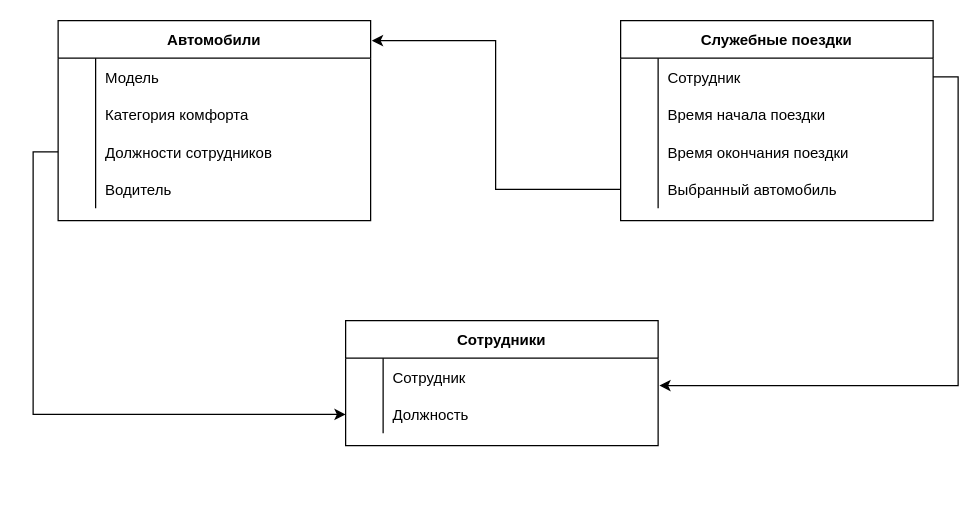
Above: Структура админраздела.drawio in suetnowic/solutions_to_tasks_for_trainees (draw.io), before the change. Source tidied: cells renumbered, new cells numbered last; positions are measured from the earlier drawing's top-left corner, leaving out a move shared by most shapes. Both pictures are drawn from the tidied source at 125%, with x=0, y=0 at pixel (58, 20).
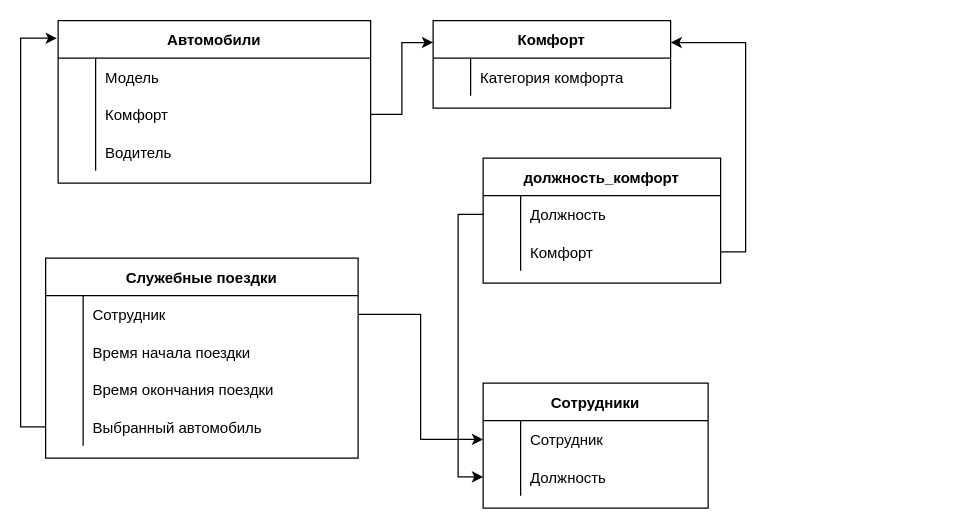
Above is the later version.

Unchanged cells that the change refers to:
```xml
<mxCell id="3" style="shape=partialRectangle;fillColor=none;points=[[0,0.5],[1,0.5]];portConstraint=eastwest;top=0;left=0;right=0;bottom=0;" parent="2" vertex="1">
  <mxGeometry y="30" width="250" height="30" as="geometry" />
</mxCell>
<mxCell id="12" style="shape=partialRectangle;fillColor=none;points=[[0,0.5],[1,0.5]];portConstraint=eastwest;top=0;left=0;right=0;bottom=0;" parent="2" vertex="1">
  <mxGeometry y="120" width="250" height="30" as="geometry" />
</mxCell>
<mxCell id="26" style="shape=partialRectangle;fillColor=none;points=[[0,0.5],[1,0.5]];portConstraint=eastwest;top=0;left=0;right=0;bottom=0;" parent="22" vertex="1">
  <mxGeometry y="60" width="250" height="30" as="geometry" />
</mxCell>
```

What changed in the source:
```diff
@@
     <mxCell id="2" value="Служебные поездки" style="shape=table;startSize=30;childLayout=tableLayout;rowLines=0;fontStyle=1;align=center;" parent="1" vertex="1">
-      <mxGeometry x="450" width="250" height="160" as="geometry" />
+      <mxGeometry x="-10" y="190" width="250" height="160" as="geometry" />
     </mxCell>
@@
     <mxCell id="15" value="Сотрудники" style="shape=table;startSize=30;childLayout=tableLayout;rowLines=0;fontStyle=1;align=center;" parent="1" vertex="1">
-      <mxGeometry x="230" y="240" width="250" height="100" as="geometry" />
+      <mxGeometry x="340" y="290" width="180" height="100" as="geometry" />
     </mxCell>
     <mxCell id="16" style="shape=partialRectangle;fillColor=none;points=[[0,0.5],[1,0.5]];portConstraint=eastwest;top=0;left=0;right=0;bottom=0;" parent="15" vertex="1">
-      <mxGeometry y="30" width="250" height="30" as="geometry" />
+      <mxGeometry y="30" width="180" height="30" as="geometry" />
     </mxCell>
@@
     <mxCell id="18" value="Сотрудник" style="shape=partialRectangle;overflow=hidden;fillColor=none;top=0;left=0;bottom=0;right=0;align=left;spacingLeft=6;" parent="16" vertex="1">
-      <mxGeometry x="30" width="220" height="30" as="geometry" />
+      <mxGeometry x="30" width="150" height="30" as="geometry" />
     </mxCell>
     <mxCell id="19" style="shape=partialRectangle;fillColor=none;points=[[0,0.5],[1,0.5]];portConstraint=eastwest;top=0;left=0;right=0;bottom=0;" parent="15" vertex="1">
-      <mxGeometry y="60" width="250" height="30" as="geometry" />
+      <mxGeometry y="60" width="180" height="30" as="geometry" />
     </mxCell>
@@
     <mxCell id="21" value="Должность" style="shape=partialRectangle;overflow=hidden;fillColor=none;top=0;left=0;bottom=0;right=0;align=left;spacingLeft=6;" parent="19" vertex="1">
-      <mxGeometry x="30" width="220" height="30" as="geometry" />
+      <mxGeometry x="30" width="150" height="30" as="geometry" />
     </mxCell>
     <mxCell id="22" value="Автомобили" style="shape=table;startSize=30;childLayout=tableLayout;rowLines=0;fontStyle=1;align=center;" parent="1" vertex="1">
-      <mxGeometry width="250" height="160" as="geometry" />
+      <mxGeometry width="250" height="130" as="geometry" />
     </mxCell>
@@
-    <mxCell id="28" value="Категория комфорта" style="shape=partialRectangle;overflow=hidden;fillColor=none;top=0;left=0;bottom=0;right=0;align=left;spacingLeft=6;" parent="26" vertex="1">
+    <mxCell id="28" value="Комфорт" style="shape=partialRectangle;overflow=hidden;fillColor=none;top=0;left=0;bottom=0;right=0;align=left;spacingLeft=6;" parent="26" vertex="1">
       <mxGeometry x="30" width="220" height="30" as="geometry" />
     </mxCell>
-    <mxCell id="29" style="shape=partialRectangle;fillColor=none;points=[[0,0.5],[1,0.5]];portConstraint=eastwest;top=0;left=0;right=0;bottom=0;" parent="22" vertex="1">
-      <mxGeometry y="90" width="250" height="30" as="geometry" />
-    </mxCell>
-    <mxCell id="30" style="shape=partialRectangle;overflow=hidden;fillColor=none;top=0;left=0;bottom=0;right=0;" parent="29" vertex="1">
-      <mxGeometry width="30" height="30" as="geometry" />
-    </mxCell>
-    <mxCell id="31" value="Должности сотрудников" style="shape=partialRectangle;overflow=hidden;fillColor=none;top=0;left=0;bottom=0;right=0;align=left;spacingLeft=6;" parent="29" vertex="1">
-      <mxGeometry x="30" width="220" height="30" as="geometry" />
-    </mxCell>
     <mxCell id="32" style="shape=partialRectangle;fillColor=none;top=0;left=0;right=0;bottom=0;" parent="22" vertex="1">
-      <mxGeometry y="120" width="250" height="30" as="geometry" />
+      <mxGeometry y="90" width="250" height="30" as="geometry" />
     </mxCell>
@@
-    <mxCell id="35" style="edgeStyle=orthogonalEdgeStyle;rounded=0;jettySize=auto;html=1;exitX=0;exitY=0.5;exitDx=0;exitDy=0;entryX=0;entryY=0.5;entryDx=0;entryDy=0;" parent="1" edge="1" source="29" target="19">
-      <mxGeometry relative="1" as="geometry" />
-    </mxCell>
+    <mxCell id="38" value="Комфорт" style="shape=table;startSize=30;childLayout=tableLayout;rowLines=0;fontStyle=1;align=center;" parent="1" vertex="1">
+      <mxGeometry x="300" width="190" height="70" as="geometry" />
+    </mxCell>
+    <mxCell id="39" style="shape=partialRectangle;fillColor=none;top=0;left=0;right=0;bottom=0;" parent="38" vertex="1">
+      <mxGeometry y="30" width="190" height="30" as="geometry" />
+    </mxCell>
+    <mxCell id="40" style="shape=partialRectangle;overflow=hidden;fillColor=none;top=0;left=0;bottom=0;right=0;" parent="39" vertex="1">
+      <mxGeometry width="30" height="30" as="geometry" />
+    </mxCell>
+    <mxCell id="41" value="Категория комфорта" style="shape=partialRectangle;overflow=hidden;fillColor=none;top=0;left=0;bottom=0;right=0;align=left;spacingLeft=6;" parent="39" vertex="1">
+      <mxGeometry x="30" width="160" height="30" as="geometry" />
+    </mxCell>
+    <mxCell id="42" style="edgeStyle=orthogonalEdgeStyle;rounded=0;jettySize=auto;html=1;exitX=1;exitY=0.5;exitDx=0;exitDy=0;entryX=0;entryY=0.25;entryDx=0;entryDy=0;" parent="1" edge="1" source="26" target="38">
+      <mxGeometry relative="1" as="geometry" />
+    </mxCell>
+    <mxCell id="43" value="должность_комфорт" style="shape=table;startSize=30;childLayout=tableLayout;rowLines=0;fontStyle=1;align=center;" parent="1" vertex="1">
+      <mxGeometry x="340" y="110" width="190" height="100" as="geometry" />
+    </mxCell>
+    <mxCell id="44" style="shape=partialRectangle;fillColor=none;points=[[0,0.5],[1,0.5]];portConstraint=eastwest;top=0;left=0;right=0;bottom=0;" parent="43" vertex="1">
+      <mxGeometry y="30" width="190" height="30" as="geometry" />
+    </mxCell>
+    <mxCell id="45" style="shape=partialRectangle;overflow=hidden;fillColor=none;top=0;left=0;bottom=0;right=0;" parent="44" vertex="1">
+      <mxGeometry width="30" height="30" as="geometry" />
+    </mxCell>
+    <mxCell id="46" value="Должность" style="shape=partialRectangle;overflow=hidden;fillColor=none;top=0;left=0;bottom=0;right=0;align=left;spacingLeft=6;" parent="44" vertex="1">
+      <mxGeometry x="30" width="160" height="30" as="geometry" />
+    </mxCell>
+    <mxCell id="47" style="shape=partialRectangle;fillColor=none;points=[[0,0.5],[1,0.5]];portConstraint=eastwest;top=0;left=0;right=0;bottom=0;" parent="43" vertex="1">
+      <mxGeometry y="60" width="190" height="30" as="geometry" />
+    </mxCell>
+    <mxCell id="48" style="shape=partialRectangle;overflow=hidden;fillColor=none;top=0;left=0;bottom=0;right=0;" parent="47" vertex="1">
+      <mxGeometry width="30" height="30" as="geometry" />
+    </mxCell>
+    <mxCell id="49" value="Комфорт" style="shape=partialRectangle;overflow=hidden;fillColor=none;top=0;left=0;bottom=0;right=0;align=left;spacingLeft=6;" parent="47" vertex="1">
+      <mxGeometry x="30" width="160" height="30" as="geometry" />
+    </mxCell>
+    <mxCell id="50" style="edgeStyle=orthogonalEdgeStyle;rounded=0;jettySize=auto;html=1;exitX=0;exitY=0.5;exitDx=0;exitDy=0;entryX=0;entryY=0.5;entryDx=0;entryDy=0;" parent="1" edge="1" source="44" target="19">
+      <mxGeometry relative="1" as="geometry" />
+    </mxCell>
+    <mxCell id="51" style="edgeStyle=orthogonalEdgeStyle;rounded=0;jettySize=auto;html=1;exitX=1;exitY=0.5;exitDx=0;exitDy=0;entryX=1;entryY=0.25;entryDx=0;entryDy=0;" parent="1" edge="1" source="47" target="38">
+      <mxGeometry relative="1" as="geometry" />
+    </mxCell>
+    <mxCell id="37" style="edgeStyle=orthogonalEdgeStyle;rounded=0;jettySize=auto;html=1;exitX=0;exitY=0.5;exitDx=0;exitDy=0;entryX=-0.004;entryY=0.108;entryDx=0;entryDy=0;entryPerimeter=0;" parent="1" edge="1" source="12" target="22">
+      <mxGeometry relative="1" as="geometry" />
+    </mxCell>
-    <mxCell id="36" style="edgeStyle=orthogonalEdgeStyle;rounded=0;jettySize=auto;html=1;exitX=1;exitY=0.5;exitDx=0;exitDy=0;entryX=1.004;entryY=0.733;entryDx=0;entryDy=0;entryPerimeter=0;" parent="1" edge="1" source="3" target="16">
+    <mxCell id="36" style="edgeStyle=orthogonalEdgeStyle;rounded=0;jettySize=auto;html=1;exitX=1;exitY=0.5;exitDx=0;exitDy=0;entryX=0;entryY=0.5;entryDx=0;entryDy=0;" parent="1" edge="1" source="3" target="16">
       <mxGeometry relative="1" as="geometry" />
     </mxCell>
-    <mxCell id="37" style="edgeStyle=orthogonalEdgeStyle;rounded=0;jettySize=auto;html=1;exitX=0;exitY=0.5;exitDx=0;exitDy=0;entryX=1.004;entryY=0.1;entryDx=0;entryDy=0;entryPerimeter=0;" parent="1" edge="1" source="12" target="22">
-      <mxGeometry relative="1" as="geometry" />
-    </mxCell>
```
